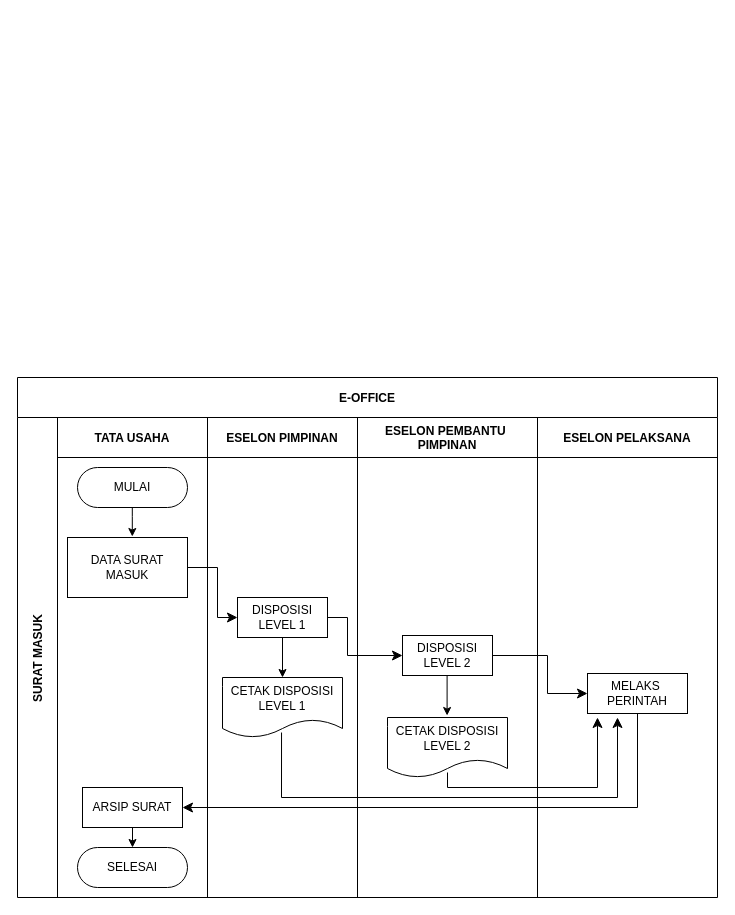
The draw.io diagram Untitled Diagram.drawio in frizcool/EasyForYou, before the edit. Source tidied: cells renumbered, new cells numbered last; positions are measured from the earlier drawing's top-left corner, leaving out a move shared by most shapes. Both pictures are drawn from the tidied source at 100%, with x=0, y=0 at pixel (17, 377).
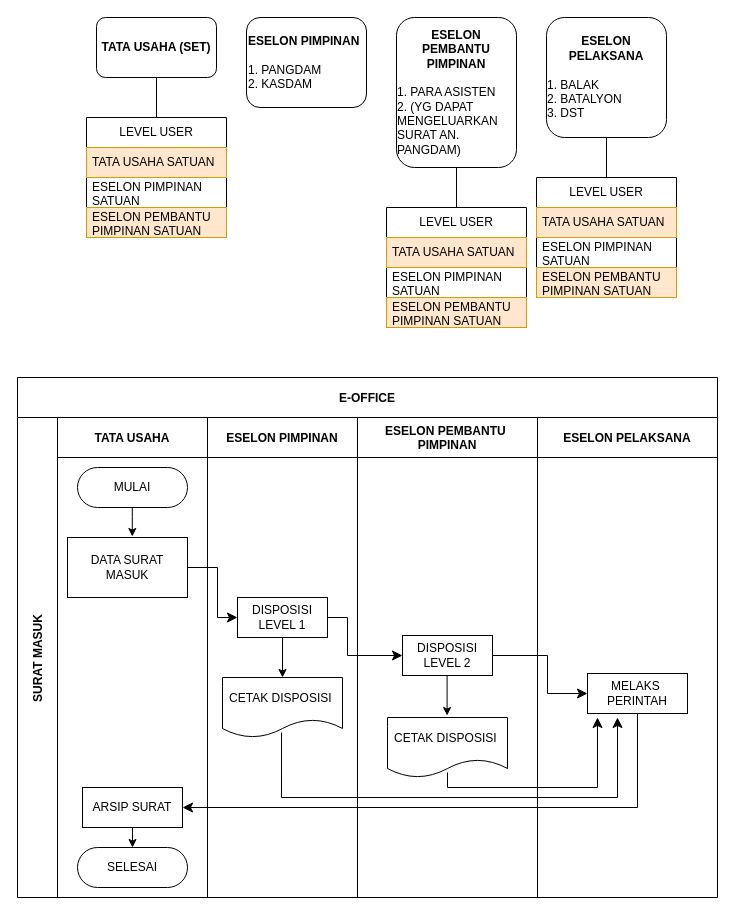
The same page after the edit.

The change refers to these unchanged cells:
```xml
<mxCell id="11" value="ESELON PIMPINAN" style="swimlane;swimlaneHead=0;swimlaneBody=0;fillColor=none;startSize=40;fontStyle=1;" parent="3" vertex="1">
  <mxGeometry x="190" width="150" height="480" as="geometry" />
</mxCell>
<mxCell id="15" value="ESELON PEMBANTU &#10;PIMPINAN" style="swimlane;swimlaneHead=0;swimlaneBody=0;fillColor=none;startSize=40;fontStyle=1;" parent="3" vertex="1">
  <mxGeometry x="340" width="180" height="480" as="geometry" />
</mxCell>
```

What changed in the source:
```diff
@@
-    <mxCell id="13" value="CETAK DISPOSISI LEVEL 1" style="shape=document;whiteSpace=wrap;html=1;boundedLbl=1;" parent="11" vertex="1">
+    <mxCell id="13" value="CETAK DISPOSISI&amp;nbsp;" style="shape=document;whiteSpace=wrap;html=1;boundedLbl=1;" parent="11" vertex="1">
       <mxGeometry x="15" y="260" width="120" height="60" as="geometry" />
     </mxCell>
@@
-    <mxCell id="17" value="CETAK DISPOSISI LEVEL 2" style="shape=document;whiteSpace=wrap;html=1;boundedLbl=1;" parent="15" vertex="1">
+    <mxCell id="17" value="CETAK DISPOSISI&amp;nbsp;" style="shape=document;whiteSpace=wrap;html=1;boundedLbl=1;" parent="15" vertex="1">
       <mxGeometry x="30" y="300" width="120" height="60" as="geometry" />
     </mxCell>
@@
+    <mxCell id="27" value="&lt;b&gt;TATA USAHA (SET)&lt;/b&gt;" style="rounded=1;whiteSpace=wrap;html=1;" parent="1" vertex="1">
+      <mxGeometry x="79" y="-360" width="120" height="60" as="geometry" />
+    </mxCell>
+    <mxCell id="28" value="&lt;b&gt;ESELON PIMPINAN&lt;/b&gt;&lt;div&gt;&lt;br&gt;&lt;/div&gt;&lt;div&gt;1. PANGDAM&lt;/div&gt;&lt;div&gt;2. KASDAM&lt;/div&gt;" style="rounded=1;whiteSpace=wrap;html=1;align=left;" parent="1" vertex="1">
+      <mxGeometry x="229" y="-360" width="120" height="90" as="geometry" />
+    </mxCell>
+    <mxCell id="29" value="&lt;b&gt;ESELON PEMBANTU PIMPINAN&lt;/b&gt;&lt;div&gt;&lt;br&gt;&lt;/div&gt;&lt;div style=&quot;text-align: left;&quot;&gt;1. PARA ASISTEN&lt;/div&gt;&lt;div style=&quot;text-align: left;&quot;&gt;2. (YG DAPAT MENGELUARKAN SURAT AN. PANGDAM)&lt;/div&gt;" style="rounded=1;whiteSpace=wrap;html=1;" parent="1" vertex="1">
+      <mxGeometry x="379" y="-360" width="120" height="150" as="geometry" />
+    </mxCell>
+    <mxCell id="30" value="&lt;b&gt;ESELON PELAKSANA&lt;/b&gt;&lt;div&gt;&lt;br&gt;&lt;/div&gt;&lt;div style=&quot;text-align: left;&quot;&gt;1. BALAK&lt;/div&gt;&lt;div style=&quot;text-align: left;&quot;&gt;2. BATALYON&amp;nbsp;&lt;/div&gt;&lt;div style=&quot;text-align: left;&quot;&gt;3. DST&lt;/div&gt;" style="rounded=1;whiteSpace=wrap;html=1;" parent="1" vertex="1">
+      <mxGeometry x="529" y="-360" width="120" height="120" as="geometry" />
+    </mxCell>
+    <mxCell id="31" value="LEVEL USER" style="swimlane;fontStyle=0;horizontal=1;startSize=30;whiteSpace=wrap;html=1;" parent="1" vertex="1">
+      <mxGeometry x="69" y="-260" width="140" height="120" as="geometry" />
+    </mxCell>
+    <mxCell id="32" value="TATA USAHA SATUAN" style="text;strokeColor=#d79b00;fillColor=#ffe6cc;align=left;verticalAlign=middle;spacingLeft=4;spacingRight=4;overflow=hidden;whiteSpace=wrap;html=1;" parent="31" vertex="1">
+      <mxGeometry y="30" width="140" height="30" as="geometry" />
+    </mxCell>
+    <mxCell id="33" value="ESELON PIMPINAN SATUAN" style="text;strokeColor=none;fillColor=none;align=left;verticalAlign=middle;spacingLeft=4;spacingRight=4;overflow=hidden;whiteSpace=wrap;html=1;" parent="31" vertex="1">
+      <mxGeometry y="60" width="140" height="30" as="geometry" />
+    </mxCell>
+    <mxCell id="34" value="ESELON PEMBANTU PIMPINAN SATUAN" style="text;align=left;verticalAlign=middle;spacingLeft=4;spacingRight=4;overflow=hidden;whiteSpace=wrap;html=1;fillColor=#ffe6cc;strokeColor=#d79b00;" parent="31" vertex="1">
+      <mxGeometry y="90" width="140" height="30" as="geometry" />
+    </mxCell>
+    <mxCell id="35" style="endArrow=none;html=1;rounded=0;entryX=0.5;entryY=1;entryDx=0;entryDy=0;" parent="1" edge="1" source="31" target="27">
+      <mxGeometry relative="1" as="geometry" />
+    </mxCell>
+    <mxCell id="36" value="LEVEL USER" style="swimlane;fontStyle=0;horizontal=1;startSize=30;whiteSpace=wrap;html=1;" parent="1" vertex="1">
+      <mxGeometry x="369" y="-170" width="140" height="120" as="geometry" />
+    </mxCell>
+    <mxCell id="37" value="TATA USAHA SATUAN" style="text;strokeColor=#d79b00;fillColor=#ffe6cc;align=left;verticalAlign=middle;spacingLeft=4;spacingRight=4;overflow=hidden;whiteSpace=wrap;html=1;" parent="36" vertex="1">
+      <mxGeometry y="30" width="140" height="30" as="geometry" />
+    </mxCell>
+    <mxCell id="38" value="ESELON PIMPINAN SATUAN" style="text;strokeColor=none;fillColor=none;align=left;verticalAlign=middle;spacingLeft=4;spacingRight=4;overflow=hidden;whiteSpace=wrap;html=1;" parent="36" vertex="1">
+      <mxGeometry y="60" width="140" height="30" as="geometry" />
+    </mxCell>
+    <mxCell id="39" value="ESELON PEMBANTU PIMPINAN SATUAN" style="text;align=left;verticalAlign=middle;spacingLeft=4;spacingRight=4;overflow=hidden;whiteSpace=wrap;html=1;fillColor=#ffe6cc;strokeColor=#d79b00;" parent="36" vertex="1">
+      <mxGeometry y="90" width="140" height="30" as="geometry" />
+    </mxCell>
+    <mxCell id="40" style="endArrow=none;html=1;rounded=0;entryX=0.5;entryY=1;entryDx=0;entryDy=0;" parent="1" edge="1" source="36">
+      <mxGeometry relative="1" as="geometry">
+        <mxPoint x="439" y="-210" as="targetPoint" />
+      </mxGeometry>
+    </mxCell>
+    <mxCell id="41" value="LEVEL USER" style="swimlane;fontStyle=0;horizontal=1;startSize=30;whiteSpace=wrap;html=1;" parent="1" vertex="1">
+      <mxGeometry x="519" y="-200" width="140" height="120" as="geometry" />
+    </mxCell>
+    <mxCell id="42" value="TATA USAHA SATUAN" style="text;strokeColor=#d79b00;fillColor=#ffe6cc;align=left;verticalAlign=middle;spacingLeft=4;spacingRight=4;overflow=hidden;whiteSpace=wrap;html=1;" parent="41" vertex="1">
+      <mxGeometry y="30" width="140" height="30" as="geometry" />
+    </mxCell>
+    <mxCell id="43" value="ESELON PIMPINAN SATUAN" style="text;strokeColor=none;fillColor=none;align=left;verticalAlign=middle;spacingLeft=4;spacingRight=4;overflow=hidden;whiteSpace=wrap;html=1;" parent="41" vertex="1">
+      <mxGeometry y="60" width="140" height="30" as="geometry" />
+    </mxCell>
+    <mxCell id="44" value="ESELON PEMBANTU PIMPINAN SATUAN" style="text;align=left;verticalAlign=middle;spacingLeft=4;spacingRight=4;overflow=hidden;whiteSpace=wrap;html=1;fillColor=#ffe6cc;strokeColor=#d79b00;" parent="41" vertex="1">
+      <mxGeometry y="90" width="140" height="30" as="geometry" />
+    </mxCell>
+    <mxCell id="45" style="endArrow=none;html=1;rounded=0;entryX=0.5;entryY=1;entryDx=0;entryDy=0;" parent="1" edge="1" source="41">
+      <mxGeometry relative="1" as="geometry">
+        <mxPoint x="589" y="-240" as="targetPoint" />
+      </mxGeometry>
+    </mxCell>
```
